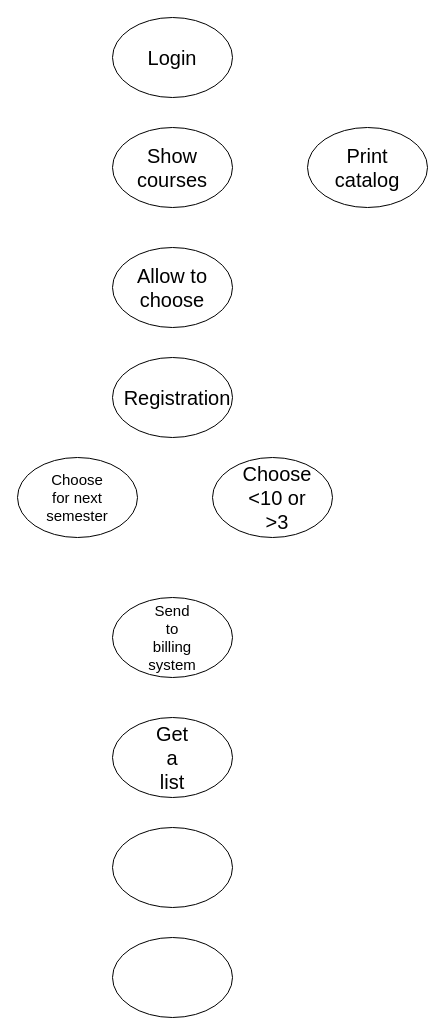
Above: Untitled Diagram.drawio in jscanjm/BelajarJava (draw.io), before the change. Source tidied: cells renumbered, new cells numbered last; positions are measured from the earlier drawing's top-left corner, leaving out a move shared by most shapes. Both pictures are drawn from the tidied source at 100%, with x=0, y=0 at pixel (17, 17).
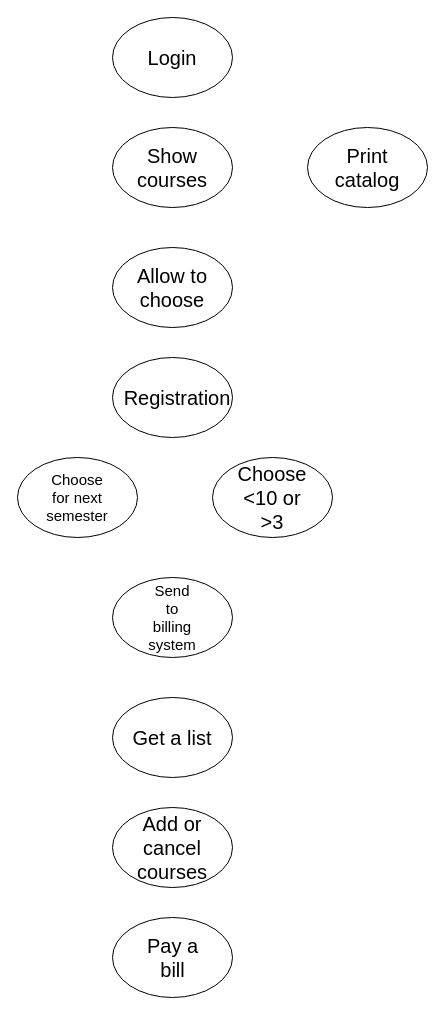
The same page after the edit.

Diff of the diagram source:
```diff
@@
     <mxCell id="9" style="ellipse;whiteSpace=wrap;html=1;" parent="1" vertex="1">
-      <mxGeometry x="95" y="580" width="120" height="80" as="geometry" />
+      <mxGeometry x="95" y="560" width="120" height="80" as="geometry" />
     </mxCell>
     <mxCell id="10" style="ellipse;whiteSpace=wrap;html=1;" parent="1" vertex="1">
-      <mxGeometry x="95" y="700" width="120" height="80" as="geometry" />
+      <mxGeometry x="95" y="680" width="120" height="80" as="geometry" />
     </mxCell>
     <mxCell id="11" style="ellipse;whiteSpace=wrap;html=1;" parent="1" vertex="1">
-      <mxGeometry x="95" y="810" width="120" height="80" as="geometry" />
+      <mxGeometry x="95" y="790" width="120" height="80" as="geometry" />
     </mxCell>
     <mxCell id="12" style="ellipse;whiteSpace=wrap;html=1;" parent="1" vertex="1">
-      <mxGeometry x="95" y="920" width="120" height="80" as="geometry" />
+      <mxGeometry x="95" y="900" width="120" height="80" as="geometry" />
     </mxCell>
@@
     <mxCell id="18" value="Send to billing system" style="text;html=1;strokeColor=none;fillColor=none;align=center;verticalAlign=middle;whiteSpace=wrap;rounded=0;fontSize=15;" parent="1" vertex="1">
-      <mxGeometry x="135" y="610" width="40" height="20" as="geometry" />
+      <mxGeometry x="135" y="590" width="40" height="20" as="geometry" />
     </mxCell>
     <mxCell id="19" value="Get a list" style="text;html=1;strokeColor=none;fillColor=none;align=center;verticalAlign=middle;whiteSpace=wrap;rounded=0;fontSize=20;" parent="1" vertex="1">
-      <mxGeometry x="135" y="730" width="40" height="20" as="geometry" />
+      <mxGeometry x="110" y="710" width="90" height="20" as="geometry" />
     </mxCell>
@@
     <mxCell id="21" value="Choose &amp;lt;10 or &amp;gt;3" style="text;html=1;strokeColor=none;fillColor=none;align=center;verticalAlign=middle;whiteSpace=wrap;rounded=0;fontSize=20;" parent="1" vertex="1">
-      <mxGeometry x="240" y="470" width="40" height="20" as="geometry" />
+      <mxGeometry x="235" y="470" width="40" height="20" as="geometry" />
     </mxCell>
+    <mxCell id="22" style="edgeStyle=orthogonalEdgeStyle;rounded=0;orthogonalLoop=1;jettySize=auto;html=1;exitX=0.5;exitY=1;exitDx=0;exitDy=0;fontSize=20;" parent="1" edge="1" source="18" target="18">
+      <mxGeometry relative="1" as="geometry" />
+    </mxCell>
+    <mxCell id="23" value="Add or cancel courses" style="text;html=1;strokeColor=none;fillColor=none;align=center;verticalAlign=middle;whiteSpace=wrap;rounded=0;fontSize=20;" parent="1" vertex="1">
+      <mxGeometry x="135" y="820" width="40" height="20" as="geometry" />
+    </mxCell>
+    <mxCell id="24" value="Pay a bill" style="text;html=1;strokeColor=none;fillColor=none;align=center;verticalAlign=middle;whiteSpace=wrap;rounded=0;fontSize=20;" parent="1" vertex="1">
+      <mxGeometry x="128" y="930" width="55" height="20" as="geometry" />
+    </mxCell>
```
